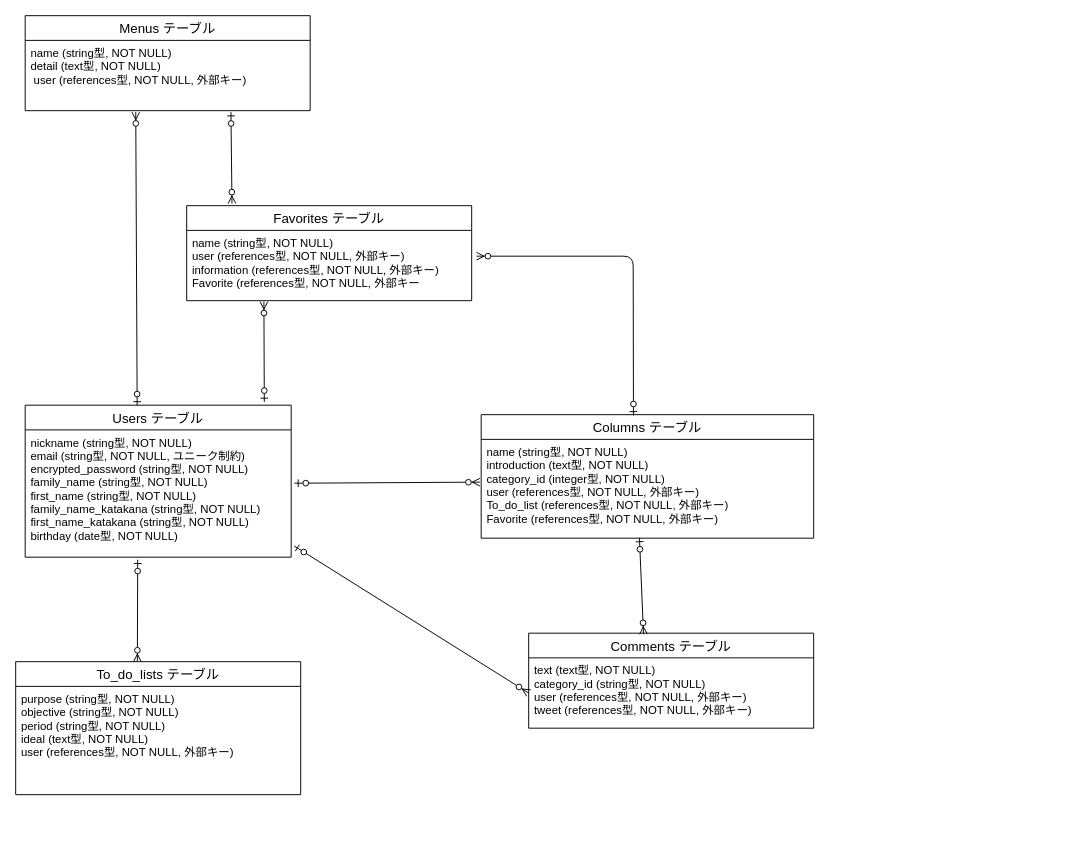
Katsu1001/will-fitness keeps this draw.io diagram as page "ページ2" (2 of 3) of will.dio. Above is the earlier version. Source tidied: cells renumbered, new cells numbered last; positions are measured from the earlier drawing's top-left corner, leaving out a move shared by most shapes. Both pictures are drawn from the tidied source at 95%, with x=0, y=0 at pixel (-346, 15).
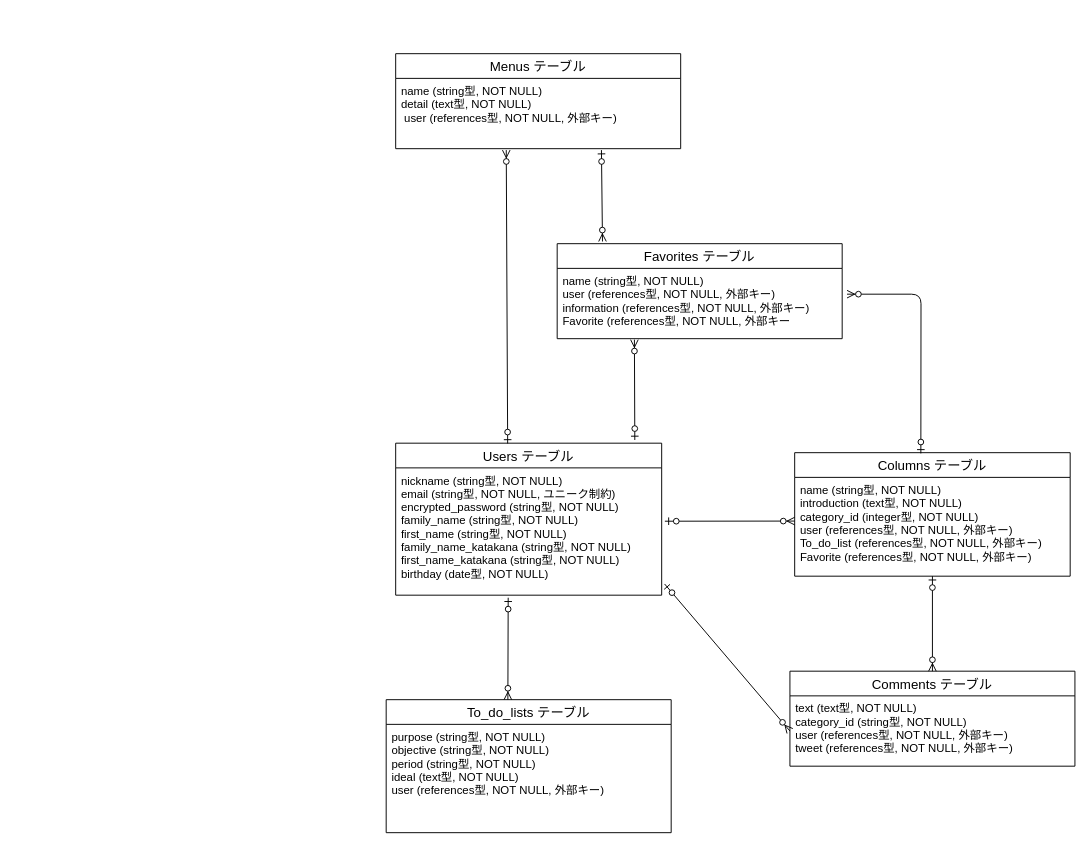
The same page after the edit.

The change refers to these unchanged cells:
```xml
<mxCell id="20" value="text (text型, NOT NULL)&#10;category_id (string型, NOT NULL)&#10;user (references型, NOT NULL, 外部キー)&#10;tweet (references型, NOT NULL, 外部キー)" style="text;strokeColor=none;fillColor=none;spacingLeft=4;spacingRight=4;overflow=hidden;points=[[0,0.5],[1,0.5]];portConstraint=eastwest;fontSize=12;" parent="19" vertex="1">
  <mxGeometry y="26" width="300" height="74" as="geometry" />
</mxCell>
```

Diff of the diagram source:
```diff
@@
-    <mxCell id="2" style="group;" parent="1" vertex="1">
-      <mxGeometry width="1390" height="820" as="geometry" />
-    </mxCell>
+    <mxCell id="23" style="group;" parent="1" vertex="1">
+      <mxGeometry x="770" y="40" width="840" height="820" as="geometry" />
+    </mxCell>
-    <mxCell id="3" value="Menus テーブル" style="swimlane;fontStyle=0;horizontal=1;startSize=26;align=center;fontSize=14;" parent="2" vertex="1">
-      <mxGeometry x="390" width="300" height="100" as="geometry" />
+    <mxCell id="3" value="Menus テーブル" style="swimlane;fontStyle=0;horizontal=1;startSize=26;align=center;fontSize=14;" parent="23" vertex="1">
+      <mxGeometry x="10" width="300" height="100" as="geometry" />
     </mxCell>
-    <mxCell id="4" value="name (string型, NOT NULL)&#10;detail (text型, NOT NULL)&#10; user (references型, NOT NULL, 外部キー)" style="text;strokeColor=none;fillColor=none;spacingLeft=4;spacingRight=4;overflow=hidden;points=[[0,0.5],[1,0.5]];portConstraint=eastwest;fontSize=12;" parent="2" vertex="1">
-      <mxGeometry x="390" y="26" width="300" height="74" as="geometry" />
+    <mxCell id="4" value="name (string型, NOT NULL)&#10;detail (text型, NOT NULL)&#10; user (references型, NOT NULL, 外部キー)" style="text;strokeColor=none;fillColor=none;spacingLeft=4;spacingRight=4;overflow=hidden;points=[[0,0.5],[1,0.5]];portConstraint=eastwest;fontSize=12;" parent="23" vertex="1">
+      <mxGeometry x="10" y="26" width="300" height="74" as="geometry" />
     </mxCell>
-    <mxCell id="5" value="Favorites テーブル" style="swimlane;fontStyle=0;horizontal=1;startSize=26;align=center;fontSize=14;" parent="2" vertex="1">
-      <mxGeometry x="560" y="200" width="300" height="100" as="geometry" />
+    <mxCell id="5" value="Favorites テーブル" style="swimlane;fontStyle=0;horizontal=1;startSize=26;align=center;fontSize=14;" parent="23" vertex="1">
+      <mxGeometry x="180" y="200" width="300" height="100" as="geometry" />
     </mxCell>
-    <mxCell id="6" style="fontSize=12;html=1;endArrow=ERzeroToMany;startArrow=ERzeroToOne;exitX=0.722;exitY=1.02;exitDx=0;exitDy=0;exitPerimeter=0;entryX=0.159;entryY=-0.023;entryDx=0;entryDy=0;entryPerimeter=0;" parent="2" edge="1" source="4" target="5">
+    <mxCell id="6" style="fontSize=12;html=1;endArrow=ERzeroToMany;startArrow=ERzeroToOne;exitX=0.722;exitY=1.02;exitDx=0;exitDy=0;exitPerimeter=0;entryX=0.159;entryY=-0.023;entryDx=0;entryDy=0;entryPerimeter=0;" parent="23" edge="1" source="4" target="5">
       <mxGeometry relative="1" as="geometry" />
     </mxCell>
-    <mxCell id="7" value="Users テーブル" style="swimlane;fontStyle=0;horizontal=1;startSize=26;align=center;fontSize=14;" parent="2" vertex="1">
-      <mxGeometry x="390" y="410" width="280" height="160" as="geometry" />
+    <mxCell id="7" value="Users テーブル" style="swimlane;fontStyle=0;horizontal=1;startSize=26;align=center;fontSize=14;" parent="23" vertex="1">
+      <mxGeometry x="10" y="410" width="280" height="160" as="geometry" />
     </mxCell>
-    <mxCell id="8" style="fontSize=12;html=1;endArrow=ERzeroToMany;startArrow=ERzeroToOne;exitX=0.421;exitY=0.002;exitDx=0;exitDy=0;exitPerimeter=0;entryX=0.388;entryY=1.02;entryDx=0;entryDy=0;entryPerimeter=0;" parent="2" edge="1" source="7" target="4">
+    <mxCell id="8" style="fontSize=12;html=1;endArrow=ERzeroToMany;startArrow=ERzeroToOne;exitX=0.421;exitY=0.002;exitDx=0;exitDy=0;exitPerimeter=0;entryX=0.388;entryY=1.02;entryDx=0;entryDy=0;entryPerimeter=0;" parent="23" edge="1" source="7" target="4">
       <mxGeometry relative="1" as="geometry" />
     </mxCell>
-    <mxCell id="9" value="Columns テーブル" style="swimlane;fontStyle=0;horizontal=1;startSize=26;align=center;fontSize=14;" parent="2" vertex="1">
-      <mxGeometry x="870" y="420" width="350" height="130" as="geometry" />
+    <mxCell id="9" value="Columns テーブル" style="swimlane;fontStyle=0;horizontal=1;startSize=26;align=center;fontSize=14;" parent="23" vertex="1">
+      <mxGeometry x="430" y="420" width="290" height="130" as="geometry" />
     </mxCell>
+    <mxCell id="16" value="name (string型, NOT NULL)&#10;introduction (text型, NOT NULL)&#10;category_id (integer型, NOT NULL)&#10;user (references型, NOT NULL, 外部キー)&#10;To_do_list (references型, NOT NULL, 外部キー)&#10;Favorite (references型, NOT NULL, 外部キー)" style="text;strokeColor=none;fillColor=none;spacingLeft=4;spacingRight=4;overflow=hidden;points=[[0,0.5],[1,0.5]];portConstraint=eastwest;fontSize=12;" parent="9" vertex="1">
+      <mxGeometry y="26" width="290" height="104" as="geometry" />
+    </mxCell>
-    <mxCell id="10" value="To_do_lists テーブル" style="swimlane;fontStyle=0;horizontal=1;startSize=26;align=center;fontSize=14;" parent="2" vertex="1">
-      <mxGeometry x="380" y="680" width="300" height="140" as="geometry" />
+    <mxCell id="10" value="To_do_lists テーブル" style="swimlane;fontStyle=0;horizontal=1;startSize=26;align=center;fontSize=14;" parent="23" vertex="1">
+      <mxGeometry y="680" width="300" height="140" as="geometry" />
     </mxCell>
-    <mxCell id="11" style="edgeStyle=elbowEdgeStyle;fontSize=12;html=1;endArrow=ERzeroToMany;startArrow=ERzeroToOne;entryX=1.017;entryY=0.367;entryDx=0;entryDy=0;entryPerimeter=0;exitX=0.458;exitY=0.006;exitDx=0;exitDy=0;exitPerimeter=0;" parent="2" edge="1" source="9" target="14">
+    <mxCell id="11" style="edgeStyle=elbowEdgeStyle;fontSize=12;html=1;endArrow=ERzeroToMany;startArrow=ERzeroToOne;entryX=1.017;entryY=0.367;entryDx=0;entryDy=0;entryPerimeter=0;exitX=0.458;exitY=0.006;exitDx=0;exitDy=0;exitPerimeter=0;" parent="23" edge="1" source="9" target="14">
       <mxGeometry relative="1" as="geometry">
         <Array as="points">
-          <mxPoint x="1030" y="310" />
-          <mxPoint x="1020" y="380" />
-          <mxPoint x="1020" y="330" />
-          <mxPoint x="1040" y="320" />
-          <mxPoint x="1030" y="400" />
-          <mxPoint x="1030" y="400" />
-          <mxPoint x="1030" y="390" />
-          <mxPoint x="1020" y="340" />
-          <mxPoint x="1080" y="290" />
-          <mxPoint x="1020" y="370" />
-          <mxPoint x="1020" y="290" />
-          <mxPoint x="1050" y="270" />
-          <mxPoint x="1020" y="370" />
-          <mxPoint x="1010" y="360" />
-          <mxPoint x="1010" y="280" />
+          <mxPoint x="563" y="340" />
+          <mxPoint x="640" y="380" />
+          <mxPoint x="640" y="330" />
+          <mxPoint x="660" y="320" />
+          <mxPoint x="650" y="400" />
+          <mxPoint x="650" y="400" />
+          <mxPoint x="650" y="390" />
+          <mxPoint x="640" y="340" />
+          <mxPoint x="700" y="290" />
+          <mxPoint x="640" y="370" />
+          <mxPoint x="640" y="290" />
+          <mxPoint x="670" y="270" />
+          <mxPoint x="640" y="370" />
+          <mxPoint x="630" y="360" />
+          <mxPoint x="630" y="280" />
         </Array>
       </mxGeometry>
     </mxCell>
-    <mxCell id="12" style="fontSize=12;html=1;endArrow=ERzeroToMany;startArrow=ERzeroToOne;entryX=0.271;entryY=1.014;entryDx=0;entryDy=0;entryPerimeter=0;exitX=0.899;exitY=-0.021;exitDx=0;exitDy=0;exitPerimeter=0;" parent="2" edge="1" source="7" target="14">
+    <mxCell id="12" style="fontSize=12;html=1;endArrow=ERzeroToMany;startArrow=ERzeroToOne;entryX=0.271;entryY=1.014;entryDx=0;entryDy=0;entryPerimeter=0;exitX=0.899;exitY=-0.021;exitDx=0;exitDy=0;exitPerimeter=0;" parent="23" edge="1" source="7" target="14">
       <mxGeometry relative="1" as="geometry" />
     </mxCell>
-    <mxCell id="13" style="fontSize=12;html=1;endArrow=ERzeroToMany;startArrow=ERzeroToOne;exitX=0.423;exitY=1.02;exitDx=0;exitDy=0;exitPerimeter=0;entryX=0.427;entryY=0;entryDx=0;entryDy=0;entryPerimeter=0;" parent="2" edge="1" source="15" target="10">
+    <mxCell id="13" style="fontSize=12;html=1;endArrow=ERzeroToMany;startArrow=ERzeroToOne;exitX=0.423;exitY=1.02;exitDx=0;exitDy=0;exitPerimeter=0;entryX=0.427;entryY=0;entryDx=0;entryDy=0;entryPerimeter=0;" parent="23" edge="1" source="15" target="10">
       <mxGeometry relative="1" as="geometry" />
     </mxCell>
-    <mxCell id="14" value="name (string型, NOT NULL)&#10;user (references型, NOT NULL, 外部キー)&#10;information (references型, NOT NULL, 外部キー)&#10;Favorite (references型, NOT NULL, 外部キー " style="text;strokeColor=none;fillColor=none;spacingLeft=4;spacingRight=4;overflow=hidden;points=[[0,0.5],[1,0.5]];portConstraint=eastwest;fontSize=12;" parent="2" vertex="1">
-      <mxGeometry x="560" y="226" width="300" height="74" as="geometry" />
+    <mxCell id="14" value="name (string型, NOT NULL)&#10;user (references型, NOT NULL, 外部キー)&#10;information (references型, NOT NULL, 外部キー)&#10;Favorite (references型, NOT NULL, 外部キー " style="text;strokeColor=none;fillColor=none;spacingLeft=4;spacingRight=4;overflow=hidden;points=[[0,0.5],[1,0.5]];portConstraint=eastwest;fontSize=12;" parent="23" vertex="1">
+      <mxGeometry x="180" y="226" width="300" height="74" as="geometry" />
     </mxCell>
-    <mxCell id="15" value="nickname (string型, NOT NULL)&#10;email (string型, NOT NULL, ユニーク制約)&#10;encrypted_password (string型, NOT NULL)&#10;family_name (string型, NOT NULL)&#10;first_name (string型, NOT NULL)&#10;family_name_katakana (string型, NOT NULL)&#10;first_name_katakana (string型, NOT NULL)&#10;birthday (date型, NOT NULL)" style="text;strokeColor=none;fillColor=none;spacingLeft=4;spacingRight=4;overflow=hidden;points=[[0,0.5],[1,0.5]];portConstraint=eastwest;fontSize=12;" parent="2" vertex="1">
-      <mxGeometry x="390" y="436" width="280" height="134" as="geometry" />
+    <mxCell id="15" value="nickname (string型, NOT NULL)&#10;email (string型, NOT NULL, ユニーク制約)&#10;encrypted_password (string型, NOT NULL)&#10;family_name (string型, NOT NULL)&#10;first_name (string型, NOT NULL)&#10;family_name_katakana (string型, NOT NULL)&#10;first_name_katakana (string型, NOT NULL)&#10;birthday (date型, NOT NULL)" style="text;strokeColor=none;fillColor=none;spacingLeft=4;spacingRight=4;overflow=hidden;points=[[0,0.5],[1,0.5]];portConstraint=eastwest;fontSize=12;" parent="23" vertex="1">
+      <mxGeometry x="10" y="436" width="280" height="134" as="geometry" />
     </mxCell>
-    <mxCell id="16" value="name (string型, NOT NULL)&#10;introduction (text型, NOT NULL)&#10;category_id (integer型, NOT NULL)&#10;user (references型, NOT NULL, 外部キー)&#10;To_do_list (references型, NOT NULL, 外部キー)&#10;Favorite (references型, NOT NULL, 外部キー)" style="text;strokeColor=none;fillColor=none;spacingLeft=4;spacingRight=4;overflow=hidden;points=[[0,0.5],[1,0.5]];portConstraint=eastwest;fontSize=12;" parent="2" vertex="1">
-      <mxGeometry x="870" y="446" width="350" height="104" as="geometry" />
-    </mxCell>
-    <mxCell id="17" style="fontSize=12;html=1;endArrow=ERzeroToMany;startArrow=ERzeroToOne;entryX=-0.004;entryY=0.433;entryDx=0;entryDy=0;exitX=1.012;exitY=0.419;exitDx=0;exitDy=0;exitPerimeter=0;entryPerimeter=0;" parent="2" edge="1" source="15" target="16">
-      <mxGeometry relative="1" as="geometry" />
+    <mxCell id="17" style="fontSize=12;html=1;endArrow=ERzeroToMany;startArrow=ERzeroToOne;exitX=1.012;exitY=0.419;exitDx=0;exitDy=0;exitPerimeter=0;" parent="23" edge="1" source="15">
+      <mxGeometry relative="1" as="geometry">
+        <mxPoint x="430" y="492" as="targetPoint" />
+      </mxGeometry>
     </mxCell>
-    <mxCell id="18" value="purpose (string型, NOT NULL)&#10;objective (string型, NOT NULL)&#10;period (string型, NOT NULL)&#10;ideal (text型, NOT NULL)&#10;user (references型, NOT NULL, 外部キー)&#10;" style="text;strokeColor=none;fillColor=none;spacingLeft=4;spacingRight=4;overflow=hidden;fontSize=12;" parent="2" vertex="1">
-      <mxGeometry x="380" y="706" width="300" height="114" as="geometry" />
+    <mxCell id="18" value="purpose (string型, NOT NULL)&#10;objective (string型, NOT NULL)&#10;period (string型, NOT NULL)&#10;ideal (text型, NOT NULL)&#10;user (references型, NOT NULL, 外部キー)&#10;" style="text;strokeColor=none;fillColor=none;spacingLeft=4;spacingRight=4;overflow=hidden;fontSize=12;" parent="23" vertex="1">
+      <mxGeometry y="706" width="300" height="114" as="geometry" />
     </mxCell>
-    <mxCell id="19" value="Comments テーブル" style="swimlane;fontStyle=0;horizontal=1;startSize=26;align=center;fontSize=14;" parent="2" vertex="1">
-      <mxGeometry x="920" y="650" width="300" height="100" as="geometry" />
+    <mxCell id="19" value="Comments テーブル" style="swimlane;fontStyle=0;horizontal=1;startSize=26;align=center;fontSize=14;" parent="23" vertex="1">
+      <mxGeometry x="425" y="650" width="300" height="100" as="geometry" />
     </mxCell>
@@
-    <mxCell id="21" style="fontSize=12;html=1;endArrow=ERzeroToMany;startArrow=ERzeroToOne;exitX=1.011;exitY=0.912;exitDx=0;exitDy=0;entryX=0;entryY=0.5;entryDx=0;entryDy=0;exitPerimeter=0;" parent="2" edge="1" source="15" target="20">
+    <mxCell id="21" style="fontSize=12;html=1;endArrow=ERzeroToMany;startArrow=ERzeroToOne;exitX=1.011;exitY=0.912;exitDx=0;exitDy=0;entryX=0;entryY=0.5;entryDx=0;entryDy=0;exitPerimeter=0;" parent="23" edge="1" source="15" target="20">
       <mxGeometry relative="1" as="geometry" />
     </mxCell>
-    <mxCell id="22" style="fontSize=12;html=1;endArrow=ERzeroToMany;startArrow=ERzeroToOne;exitX=0.476;exitY=0.997;exitDx=0;exitDy=0;entryX=0.403;entryY=0.011;entryDx=0;entryDy=0;entryPerimeter=0;exitPerimeter=0;" parent="2" edge="1" source="16" target="19">
+    <mxCell id="22" style="fontSize=12;html=1;endArrow=ERzeroToMany;startArrow=ERzeroToOne;entryX=0.5;entryY=0;entryDx=0;entryDy=0;" parent="23" edge="1" source="16" target="19">
       <mxGeometry relative="1" as="geometry" />
     </mxCell>
```
